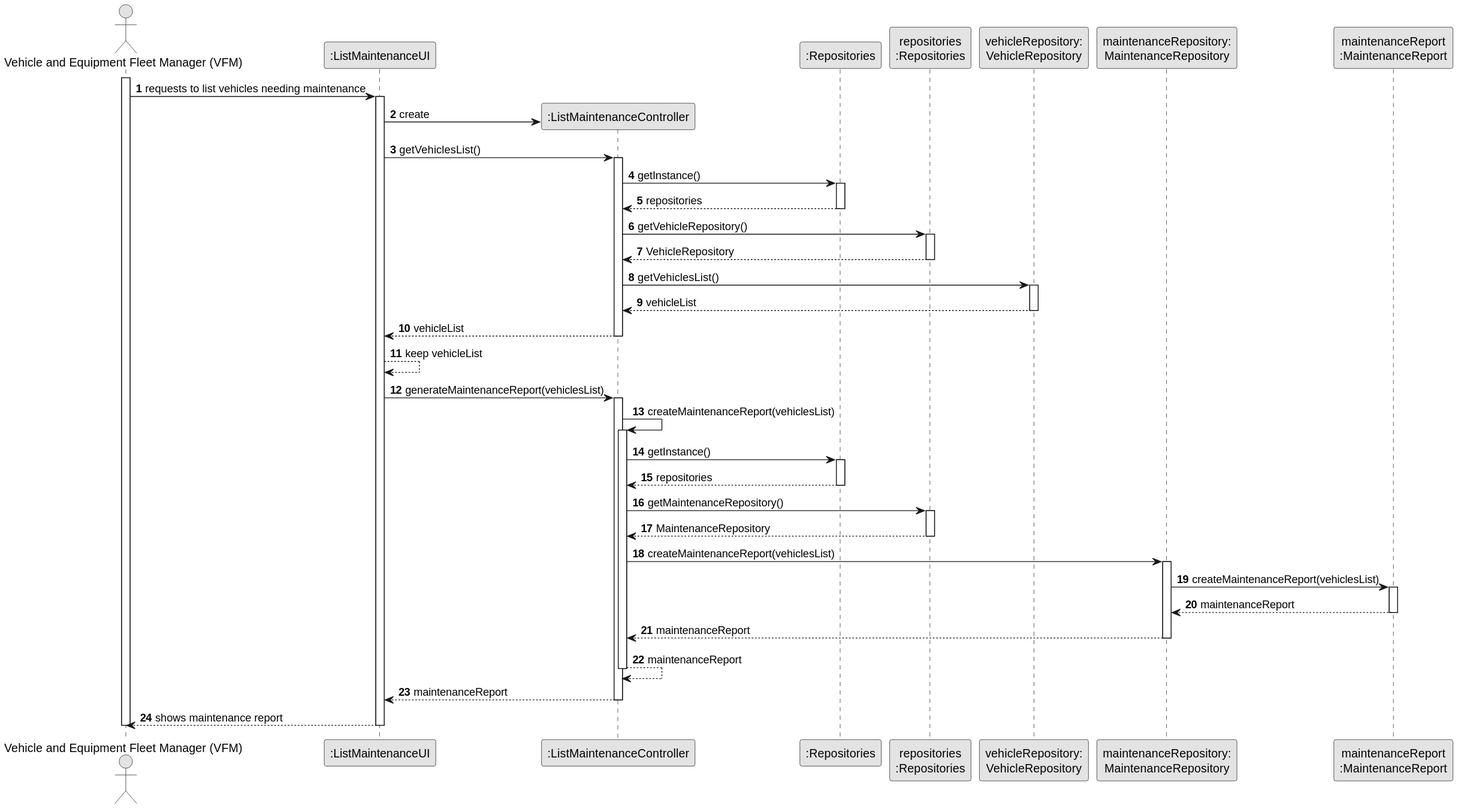
Earlier version of the PlantUML export docs/sprintB/us008/03.design/svg/us008-sequence-diagram-full.svg (ricardomm7/leaflink). Source of this version:
```plantuml
@startuml
skinparam monochrome true
skinparam packageStyle rectangle
skinparam shadowing false

autonumber

actor "Vehicle and Equipment Fleet Manager (VFM)" as VFM
participant ":ListMaintenanceUI" as UI
participant ":ListMaintenanceController" as CTRL
participant ":Repositories" as RepositorySingleton
participant "repositories\n:Repositories" as PLAT
participant "vehicleRepository:\nVehicleRepository" as VehicleRepository
participant "maintenanceRepository:\nMaintenanceRepository" as MaintenanceRepository
participant "maintenanceReport\n:MaintenanceReport" as MaintenanceReport

activate VFM

    VFM -> UI : requests to list vehicles needing maintenance
    activate UI

        UI -> CTRL** : create

        UI -> CTRL : getVehiclesList()
        activate CTRL

            CTRL -> RepositorySingleton : getInstance()
            activate RepositorySingleton

                RepositorySingleton --> CTRL: repositories
            deactivate RepositorySingleton

            CTRL -> PLAT : getVehicleRepository()
            activate PLAT

                PLAT --> CTRL: VehicleRepository
            deactivate PLAT

            CTRL -> VehicleRepository : getVehiclesList()
            activate VehicleRepository

                VehicleRepository --> CTRL : vehicleList
            deactivate VehicleRepository

            CTRL --> UI : vehicleList
        deactivate CTRL

        UI --> UI : keep vehicleList

        UI -> CTRL : generateMaintenanceReport(vehiclesList)
        activate CTRL

            CTRL -> CTRL : createMaintenanceReport(vehiclesList)
            activate CTRL

                CTRL -> RepositorySingleton : getInstance()
                activate RepositorySingleton

                    RepositorySingleton --> CTRL: repositories
                deactivate RepositorySingleton

                CTRL -> PLAT : getMaintenanceRepository()
                activate PLAT

                    PLAT --> CTRL: MaintenanceRepository
                deactivate PLAT

                CTRL -> MaintenanceRepository : createMaintenanceReport(vehiclesList)
                activate MaintenanceRepository

                    MaintenanceRepository -> MaintenanceReport : createMaintenanceReport(vehiclesList)
                    activate MaintenanceReport

                    MaintenanceReport --> MaintenanceRepository : maintenanceReport
                    deactivate MaintenanceReport

                MaintenanceRepository --> CTRL : maintenanceReport
                deactivate MaintenanceRepository

            CTRL --> CTRL : maintenanceReport
            deactivate CTRL

            CTRL --> UI : maintenanceReport
        deactivate CTRL

        UI --> VFM : shows maintenance report
    deactivate UI

deactivate VFM
@enduml
```
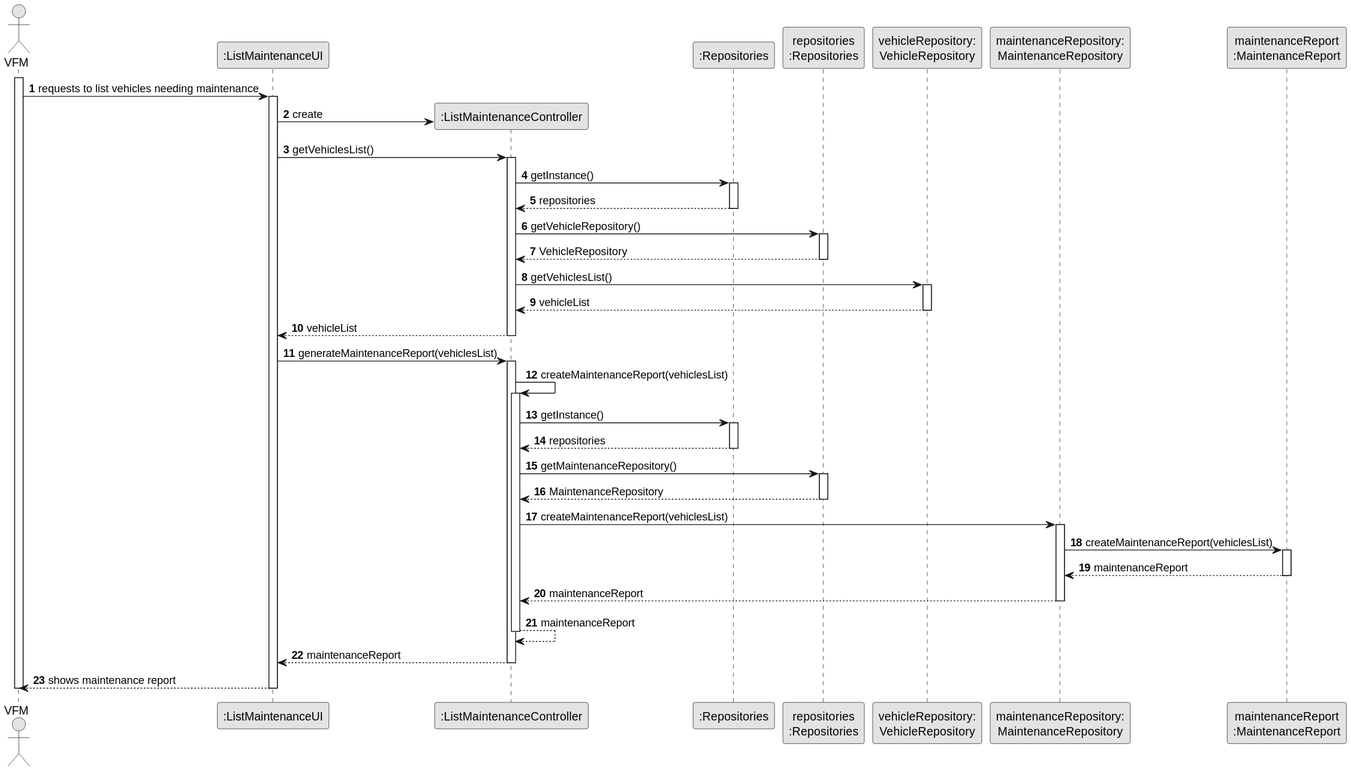
Later version of the same file.

Change to the diagram source:
```diff
@@ -5,7 +5,7 @@
 
 autonumber
 
-actor "Vehicle and Equipment Fleet Manager (VFM)" as VFM
+actor "VFM" as VFM
 participant ":ListMaintenanceUI" as UI
 participant ":ListMaintenanceController" as CTRL
 participant ":Repositories" as RepositorySingleton
@@ -45,7 +45,6 @@
             CTRL --> UI : vehicleList
         deactivate CTRL
 
-        UI --> UI : keep vehicleList
 
         UI -> CTRL : generateMaintenanceReport(vehiclesList)
         activate CTRL
```
